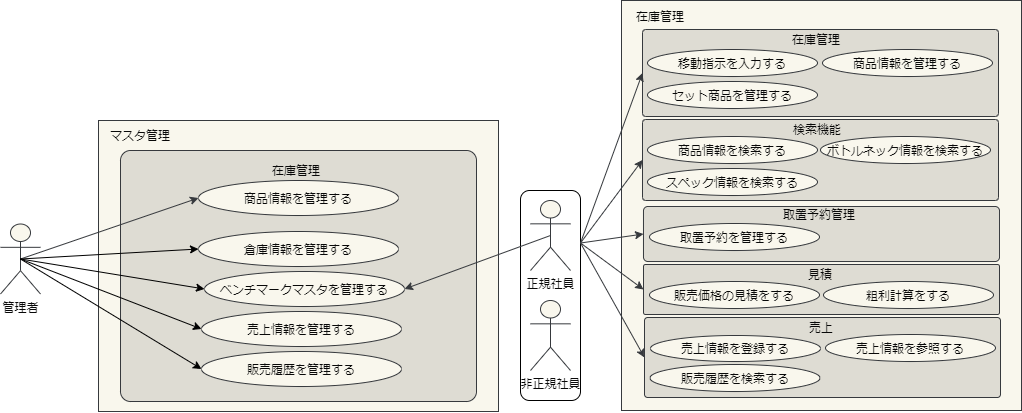
Before: 各種設計書/2ユースケース図_済/-在庫管理_ユースケース図.drawio.png, a diagram exported from draw.io (HaruShim/Sotuken). Source tidied: cells renumbered, new cells last; positions are measured from the earlier drawing's top-left corner, leaving out a move shared by most shapes. Its diagram source:
```xml
<mxGraphModel>
  <root>
    <mxCell id="0" />
    <mxCell id="1" value="Untitled Layer" parent="0" />
    <mxCell id="2" style="rounded=0;whiteSpace=wrap;html=1;strokeColor=#36393d;fillColor=#f9f7ed;fontColor=#080808;" parent="1" vertex="1">
      <mxGeometry x="621" width="400" height="410" as="geometry" />
    </mxCell>
    <mxCell id="3" style="rounded=1;whiteSpace=wrap;html=1;arcSize=4;strokeColor=#36393d;fillColor=#DEDCD3;fontColor=#080808;" parent="1" vertex="1">
      <mxGeometry x="642" y="29" width="356" height="87" as="geometry" />
    </mxCell>
    <mxCell id="4" style="rounded=1;whiteSpace=wrap;html=1;arcSize=4;strokeColor=#36393d;fillColor=#DEDCD3;fontColor=#080808;" parent="1" vertex="1">
      <mxGeometry x="642" y="119" width="356" height="81" as="geometry" />
    </mxCell>
    <mxCell id="5" value="検索機能" style="text;html=1;strokeColor=none;fillColor=none;align=center;verticalAlign=middle;whiteSpace=wrap;rounded=0;fontColor=#080808;" parent="1" vertex="1">
      <mxGeometry x="637" y="119" width="360" height="20" as="geometry" />
    </mxCell>
    <mxCell id="6" style="rounded=1;whiteSpace=wrap;html=1;arcSize=8;strokeColor=#36393d;fillColor=#DEDCD3;fontColor=#080808;" parent="1" vertex="1">
      <mxGeometry x="643" y="206" width="356" height="55" as="geometry" />
    </mxCell>
    <mxCell id="7" style="rounded=1;whiteSpace=wrap;html=1;arcSize=4;strokeColor=#36393d;fillColor=#DEDCD3;fontColor=#080808;" parent="1" vertex="1">
      <mxGeometry x="643" y="264" width="356" height="50" as="geometry" />
    </mxCell>
    <mxCell id="8" style="rounded=1;whiteSpace=wrap;html=1;arcSize=4;strokeColor=#36393d;fillColor=#DEDCD3;fontColor=#080808;" parent="1" vertex="1">
      <mxGeometry x="644" y="317" width="356" height="80" as="geometry" />
    </mxCell>
    <mxCell id="9" parent="0" />
    <mxCell id="10" style="rounded=1;whiteSpace=wrap;html=1;" parent="9" vertex="1">
      <mxGeometry x="520" y="190" width="60" height="210" as="geometry" />
    </mxCell>
    <mxCell id="11" style="rounded=0;whiteSpace=wrap;html=1;strokeColor=#36393d;fillColor=#f9f7ed;fontColor=#080808;" parent="9" vertex="1">
      <mxGeometry x="98" y="120" width="400" height="291" as="geometry" />
    </mxCell>
    <mxCell id="12" value="管理者" style="shape=umlActor;verticalLabelPosition=bottom;verticalAlign=top;html=1;outlineConnect=0;strokeColor=#36393d;fillColor=#f9f7ed;fontColor=#080808;" parent="9" vertex="1">
      <mxGeometry y="223.5" width="40" height="70" as="geometry" />
    </mxCell>
    <mxCell id="13" value="移動指示を入力する" style="ellipse;whiteSpace=wrap;html=1;strokeColor=#36393d;fillColor=#f9f7ed;fontColor=#080808;" parent="9" vertex="1">
      <mxGeometry x="647" y="49" width="170" height="27" as="geometry" />
    </mxCell>
    <mxCell id="14" style="rounded=1;whiteSpace=wrap;html=1;arcSize=4;strokeColor=#36393d;fillColor=#DEDCD3;fontColor=#080808;" parent="9" vertex="1">
      <mxGeometry x="120" y="150" width="356" height="251" as="geometry" />
    </mxCell>
    <mxCell id="15" value="在庫管理" style="text;html=1;strokeColor=none;fillColor=none;align=center;verticalAlign=middle;whiteSpace=wrap;rounded=0;fontColor=#080808;" parent="9" vertex="1">
      <mxGeometry x="620" y="6" width="80" height="20" as="geometry" />
    </mxCell>
    <mxCell id="16" value="マスタ管理" style="text;html=1;strokeColor=none;fillColor=none;align=center;verticalAlign=middle;whiteSpace=wrap;rounded=0;fontColor=#080808;" parent="9" vertex="1">
      <mxGeometry x="100" y="120" width="80" height="30" as="geometry" />
    </mxCell>
    <mxCell id="17" value="在庫管理" style="text;html=1;strokeColor=none;fillColor=none;align=center;verticalAlign=middle;whiteSpace=wrap;rounded=0;fontColor=#080808;" parent="9" vertex="1">
      <mxGeometry x="636" y="29" width="360" height="20" as="geometry" />
    </mxCell>
    <mxCell id="18" value="商品情報を管理する" style="ellipse;whiteSpace=wrap;html=1;strokeColor=#36393d;fillColor=#f9f7ed;fontColor=#080808;" parent="9" vertex="1">
      <mxGeometry x="198" y="180" width="200" height="35" as="geometry" />
    </mxCell>
    <mxCell id="19" style="endArrow=classic;html=1;rounded=0;exitX=0.5;exitY=0.5;exitDx=0;exitDy=0;exitPerimeter=0;entryX=0;entryY=0.5;entryDx=0;entryDy=0;strokeColor=#36393d;fillColor=#f9f7ed;fontColor=#080808;" parent="9" edge="1" source="12" target="18">
      <mxGeometry relative="1" as="geometry" />
    </mxCell>
    <mxCell id="20" style="endArrow=classic;html=1;rounded=0;strokeColor=#36393d;fillColor=#f9f7ed;fontColor=#080808;entryX=1;entryY=0.5;entryDx=0;entryDy=0;exitX=0.5;exitY=0.5;exitDx=0;exitDy=0;exitPerimeter=0;" parent="9" edge="1" source="45" target="23">
      <mxGeometry relative="1" as="geometry" />
    </mxCell>
    <mxCell id="21" value="在庫管理" style="text;html=1;strokeColor=none;fillColor=none;align=center;verticalAlign=middle;whiteSpace=wrap;rounded=0;fontColor=#080808;" parent="9" vertex="1">
      <mxGeometry x="122" y="160" width="348" height="20" as="geometry" />
    </mxCell>
    <mxCell id="22" value="倉庫情報を管理する" style="ellipse;whiteSpace=wrap;html=1;strokeColor=#36393d;fillColor=#f9f7ed;fontColor=#080808;" parent="9" vertex="1">
      <mxGeometry x="198" y="231" width="200" height="35" as="geometry" />
    </mxCell>
    <mxCell id="23" value="ベンチマークマスタを管理する" style="ellipse;whiteSpace=wrap;html=1;strokeColor=#36393d;fillColor=#f9f7ed;fontColor=#080808;" parent="9" vertex="1">
      <mxGeometry x="204" y="271" width="200" height="35" as="geometry" />
    </mxCell>
    <mxCell id="24" value="売上情報を管理する" style="ellipse;whiteSpace=wrap;html=1;strokeColor=#36393d;fillColor=#f9f7ed;fontColor=#080808;" parent="9" vertex="1">
      <mxGeometry x="201" y="311" width="200" height="35" as="geometry" />
    </mxCell>
    <mxCell id="25" value="販売履歴を管理する" style="ellipse;whiteSpace=wrap;html=1;strokeColor=#36393d;fillColor=#f9f7ed;fontColor=#080808;" parent="9" vertex="1">
      <mxGeometry x="201" y="351" width="200" height="35" as="geometry" />
    </mxCell>
    <mxCell id="26" value="商品情報を管理する" style="ellipse;whiteSpace=wrap;html=1;strokeColor=#36393d;fillColor=#f9f7ed;fontColor=#080808;" parent="9" vertex="1">
      <mxGeometry x="822" y="49" width="170" height="27" as="geometry" />
    </mxCell>
    <mxCell id="27" value="セット商品を管理する" style="ellipse;whiteSpace=wrap;html=1;strokeColor=#36393d;fillColor=#f9f7ed;fontColor=#080808;" parent="9" vertex="1">
      <mxGeometry x="647" y="81" width="170" height="27" as="geometry" />
    </mxCell>
    <mxCell id="28" value="商品情報を検索する" style="ellipse;whiteSpace=wrap;html=1;strokeColor=#36393d;fillColor=#f9f7ed;fontColor=#080808;" parent="9" vertex="1">
      <mxGeometry x="647" y="136" width="170" height="27" as="geometry" />
    </mxCell>
    <mxCell id="29" value="ボトルネック情報を検索する" style="ellipse;whiteSpace=wrap;html=1;strokeColor=#36393d;fillColor=#f9f7ed;fontColor=#080808;" parent="9" vertex="1">
      <mxGeometry x="820" y="136" width="170" height="27" as="geometry" />
    </mxCell>
    <mxCell id="30" value="スペック情報を検索する" style="ellipse;whiteSpace=wrap;html=1;strokeColor=#36393d;fillColor=#f9f7ed;fontColor=#080808;" parent="9" vertex="1">
      <mxGeometry x="647" y="168" width="170" height="27" as="geometry" />
    </mxCell>
    <mxCell id="31" value="取置予約管理" style="text;html=1;strokeColor=none;fillColor=none;align=center;verticalAlign=middle;whiteSpace=wrap;rounded=0;fontColor=#080808;" parent="9" vertex="1">
      <mxGeometry x="639" y="204" width="360" height="20" as="geometry" />
    </mxCell>
    <mxCell id="32" value="取置予約を管理する" style="ellipse;whiteSpace=wrap;html=1;strokeColor=#36393d;fillColor=#f9f7ed;fontColor=#080808;" parent="9" vertex="1">
      <mxGeometry x="649" y="223" width="170" height="27" as="geometry" />
    </mxCell>
    <mxCell id="33" value="粗利計算をする" style="ellipse;whiteSpace=wrap;html=1;strokeColor=#36393d;fillColor=#f9f7ed;fontColor=#080808;" parent="9" vertex="1">
      <mxGeometry x="823" y="281" width="170" height="27" as="geometry" />
    </mxCell>
    <mxCell id="34" value="見積" style="text;html=1;strokeColor=none;fillColor=none;align=center;verticalAlign=middle;whiteSpace=wrap;rounded=0;fontColor=#080808;" parent="9" vertex="1">
      <mxGeometry x="640" y="264" width="360" height="20" as="geometry" />
    </mxCell>
    <mxCell id="35" value="販売価格の見積をする" style="ellipse;whiteSpace=wrap;html=1;strokeColor=#36393d;fillColor=#f9f7ed;fontColor=#080808;" parent="9" vertex="1">
      <mxGeometry x="649" y="281" width="170" height="27" as="geometry" />
    </mxCell>
    <mxCell id="36" value="売上情報を参照する" style="ellipse;whiteSpace=wrap;html=1;strokeColor=#36393d;fillColor=#f9f7ed;fontColor=#080808;" parent="9" vertex="1">
      <mxGeometry x="825" y="334" width="170" height="27" as="geometry" />
    </mxCell>
    <mxCell id="37" value="売上" style="text;html=1;strokeColor=none;fillColor=none;align=center;verticalAlign=middle;whiteSpace=wrap;rounded=0;fontColor=#080808;" parent="9" vertex="1">
      <mxGeometry x="641" y="317" width="360" height="20" as="geometry" />
    </mxCell>
    <mxCell id="38" value="売上情報を登録する" style="ellipse;whiteSpace=wrap;html=1;strokeColor=#36393d;fillColor=#f9f7ed;fontColor=#080808;" parent="9" vertex="1">
      <mxGeometry x="650" y="335" width="170" height="26" as="geometry" />
    </mxCell>
    <mxCell id="39" value="販売履歴を検索する" style="ellipse;whiteSpace=wrap;html=1;strokeColor=#36393d;fillColor=#f9f7ed;fontColor=#080808;" parent="9" vertex="1">
      <mxGeometry x="649.5" y="364" width="170" height="27" as="geometry" />
    </mxCell>
    <mxCell id="40" style="endArrow=classic;html=1;rounded=0;exitX=0.5;exitY=0.5;exitDx=0;exitDy=0;exitPerimeter=0;entryX=0;entryY=0.5;entryDx=0;entryDy=0;" parent="9" edge="1" source="12" target="22">
      <mxGeometry relative="1" as="geometry" />
    </mxCell>
    <mxCell id="41" style="endArrow=classic;html=1;rounded=0;exitX=0.5;exitY=0.5;exitDx=0;exitDy=0;exitPerimeter=0;entryX=0;entryY=0.5;entryDx=0;entryDy=0;" parent="9" edge="1" source="12" target="23">
      <mxGeometry relative="1" as="geometry" />
    </mxCell>
    <mxCell id="42" style="endArrow=classic;html=1;rounded=0;exitX=0.5;exitY=0.5;exitDx=0;exitDy=0;exitPerimeter=0;entryX=0;entryY=0.5;entryDx=0;entryDy=0;" parent="9" edge="1" source="12" target="24">
      <mxGeometry relative="1" as="geometry" />
    </mxCell>
    <mxCell id="43" style="endArrow=classic;html=1;rounded=0;exitX=0.5;exitY=0.5;exitDx=0;exitDy=0;exitPerimeter=0;entryX=0;entryY=0.5;entryDx=0;entryDy=0;" parent="9" edge="1" source="12" target="25">
      <mxGeometry relative="1" as="geometry" />
    </mxCell>
    <mxCell id="44" style="endArrow=classic;html=1;rounded=0;exitX=1;exitY=0.25;exitDx=0;exitDy=0;strokeColor=#36393d;fillColor=#f9f7ed;fontColor=#080808;entryX=0;entryY=0.5;entryDx=0;entryDy=0;" parent="9" edge="1" source="10" target="3">
      <mxGeometry relative="1" as="geometry" />
    </mxCell>
    <mxCell id="45" value="正規社員" style="shape=umlActor;verticalLabelPosition=bottom;verticalAlign=top;html=1;outlineConnect=0;strokeColor=#36393d;fillColor=#f9f7ed;fontColor=#080808;" parent="9" vertex="1">
      <mxGeometry x="530" y="200" width="40" height="70" as="geometry" />
    </mxCell>
    <mxCell id="46" value="非正規社員" style="shape=umlActor;verticalLabelPosition=bottom;verticalAlign=top;html=1;strokeColor=#36393d;fillColor=#f9f7ed;fontColor=#080808;" parent="9" vertex="1">
      <mxGeometry x="530" y="300" width="40" height="70" as="geometry" />
    </mxCell>
    <mxCell id="47" style="endArrow=classic;html=1;rounded=0;exitX=1;exitY=0.25;exitDx=0;exitDy=0;entryX=0;entryY=0.5;entryDx=0;entryDy=0;strokeColor=#36393d;fillColor=#f9f7ed;fontColor=#080808;startArrow=none;" parent="9" edge="1" source="10" target="4">
      <mxGeometry relative="1" as="geometry" />
    </mxCell>
    <mxCell id="48" style="endArrow=classic;html=1;rounded=0;exitX=1;exitY=0.25;exitDx=0;exitDy=0;entryX=0;entryY=0.5;entryDx=0;entryDy=0;strokeColor=#36393d;fillColor=#f9f7ed;fontColor=#080808;startArrow=none;" parent="9" edge="1" source="10" target="6">
      <mxGeometry relative="1" as="geometry" />
    </mxCell>
    <mxCell id="49" style="endArrow=classic;html=1;rounded=0;exitX=1;exitY=0.25;exitDx=0;exitDy=0;entryX=0;entryY=0.5;entryDx=0;entryDy=0;strokeColor=#36393d;fillColor=#f9f7ed;fontColor=#080808;startArrow=none;" parent="9" edge="1" source="10" target="7">
      <mxGeometry relative="1" as="geometry" />
    </mxCell>
    <mxCell id="50" style="endArrow=classic;html=1;rounded=0;entryX=0;entryY=0.5;entryDx=0;entryDy=0;strokeColor=#36393d;fillColor=#f9f7ed;fontColor=#080808;startArrow=none;exitX=1;exitY=0.25;exitDx=0;exitDy=0;" parent="9" edge="1" source="10" target="8">
      <mxGeometry relative="1" as="geometry" />
    </mxCell>
  </root>
</mxGraphModel>
```
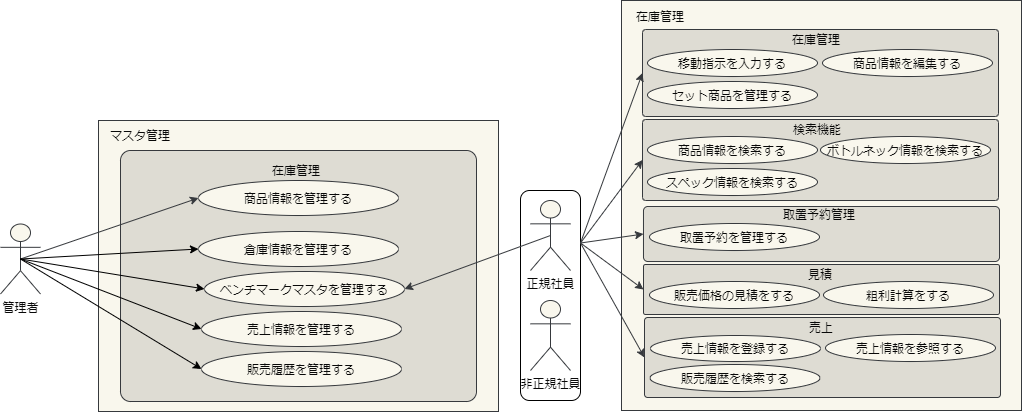
Later version of the same file.

Diff of the diagram source:
```diff
@@ -72,7 +72,7 @@
     <mxCell id="25" value="販売履歴を管理する" style="ellipse;whiteSpace=wrap;html=1;strokeColor=#36393d;fillColor=#f9f7ed;fontColor=#080808;" parent="9" vertex="1">
       <mxGeometry x="201" y="351" width="200" height="35" as="geometry" />
     </mxCell>
-    <mxCell id="26" value="商品情報を管理する" style="ellipse;whiteSpace=wrap;html=1;strokeColor=#36393d;fillColor=#f9f7ed;fontColor=#080808;" parent="9" vertex="1">
+    <mxCell id="26" value="商品情報を編集する" style="ellipse;whiteSpace=wrap;html=1;strokeColor=#36393d;fillColor=#f9f7ed;fontColor=#080808;" parent="9" vertex="1">
       <mxGeometry x="822" y="49" width="170" height="27" as="geometry" />
     </mxCell>
     <mxCell id="27" value="セット商品を管理する" style="ellipse;whiteSpace=wrap;html=1;strokeColor=#36393d;fillColor=#f9f7ed;fontColor=#080808;" parent="9" vertex="1">
```
